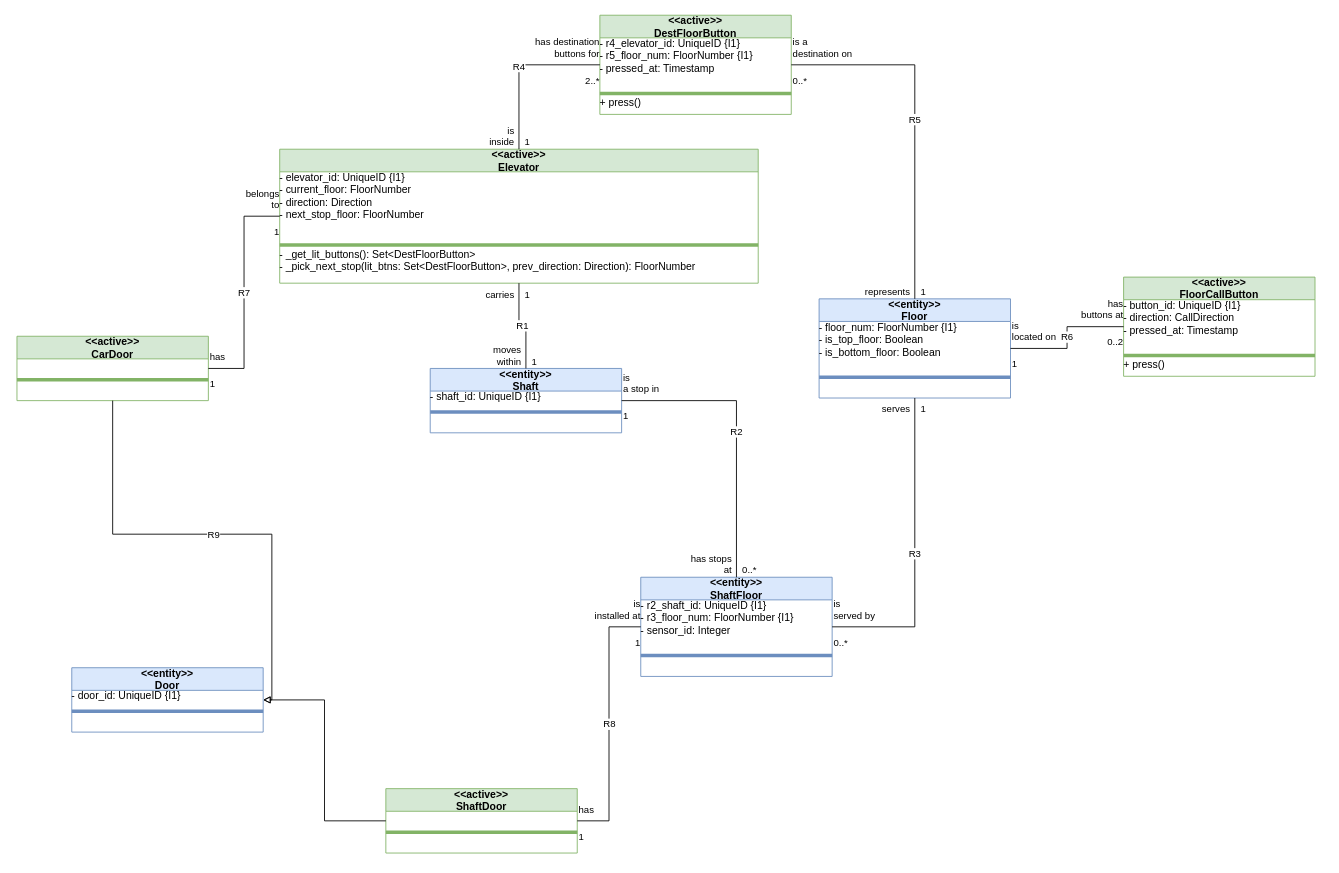
BChaloux-Cyn/MDF-Simulator keeps this draw.io diagram as examples/elevator/.design/model/diagrams/Elevator-class-diagram.drawio. Above is the earlier version. Source tidied: cells renumbered, new cells numbered last; positions are measured from the earlier drawing's top-left corner, leaving out a move shared by most shapes. Both pictures are drawn from the tidied source at 87%, with x=0, y=0 at pixel (17, 15).
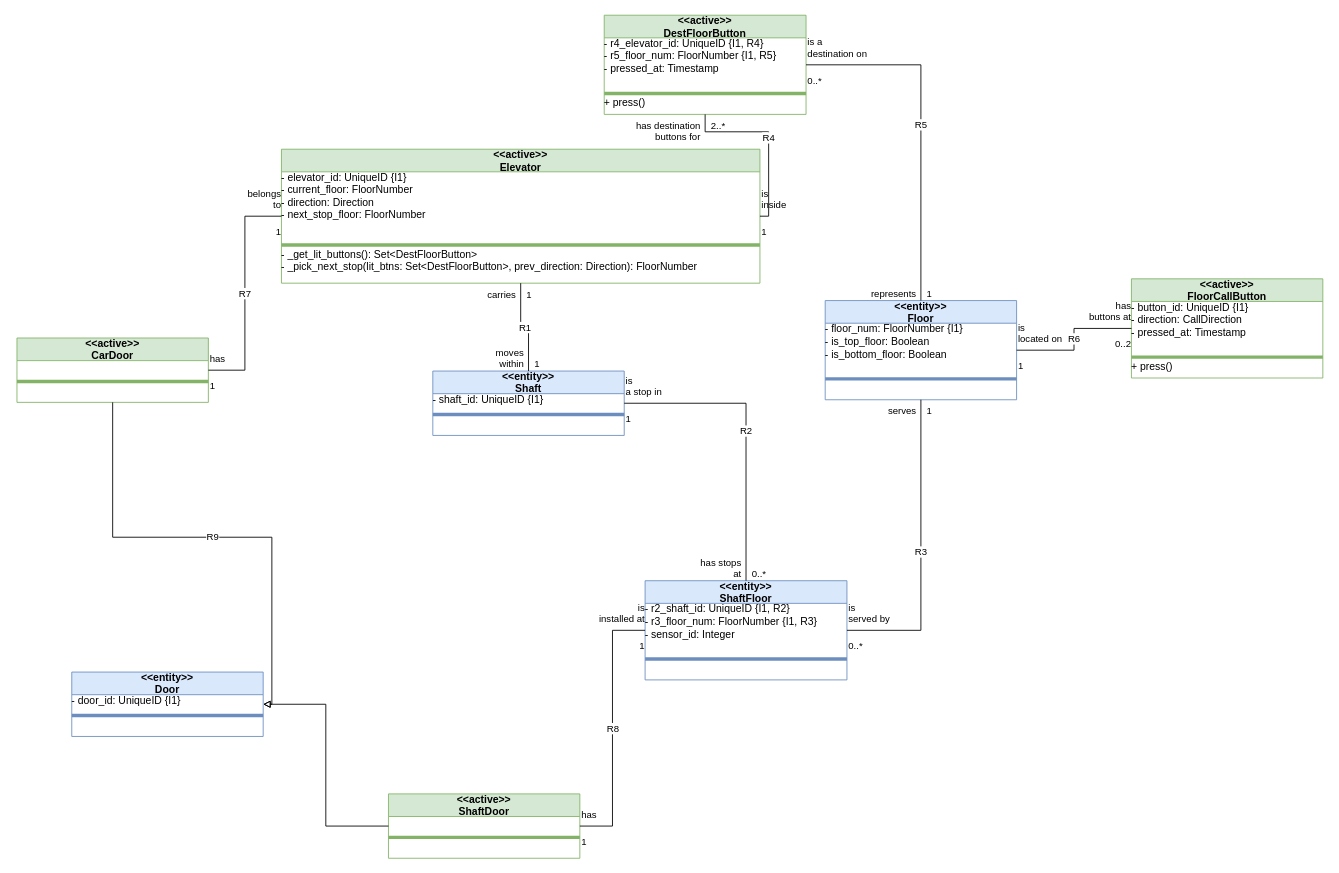
The same diagram, later.

Commit message (it also covers changes not shown here):
fix(drawio): render referential annotations on class diagram attributes (DRAWIO-004)

The edit, as a diff of the source:
```diff
@@
     <mxCell id="2" value="&lt;&lt;active&gt;&gt;&#10;Elevator" style="swimlane;fontStyle=1;horizontal=1;startSize=26;fillColor=#d5e8d4;strokeColor=#82b366;rounded=0;stackFill=1;" parent="1" vertex="1">
-      <mxGeometry x="302" y="154" width="550" height="154" as="geometry" />
+      <mxGeometry x="304" y="154" width="550" height="154" as="geometry" />
     </mxCell>
@@
     <mxCell id="6" value="&lt;&lt;entity&gt;&gt;&#10;Shaft" style="swimlane;fontStyle=1;horizontal=1;startSize=26;fillColor=#dae8fc;strokeColor=#6c8ebf;rounded=0;stackFill=1;" parent="1" vertex="1">
-      <mxGeometry x="475" y="406" width="220" height="74" as="geometry" />
+      <mxGeometry x="478" y="409" width="220" height="74" as="geometry" />
     </mxCell>
@@
     <mxCell id="10" value="&lt;&lt;entity&gt;&gt;&#10;Floor" style="swimlane;fontStyle=1;horizontal=1;startSize=26;fillColor=#dae8fc;strokeColor=#6c8ebf;rounded=0;stackFill=1;" parent="1" vertex="1">
-      <mxGeometry x="922" y="326" width="220" height="114" as="geometry" />
+      <mxGeometry x="929" y="328" width="220" height="114" as="geometry" />
     </mxCell>
@@
     <mxCell id="14" value="&lt;&lt;entity&gt;&gt;&#10;ShaftFloor" style="swimlane;fontStyle=1;horizontal=1;startSize=26;fillColor=#dae8fc;strokeColor=#6c8ebf;rounded=0;stackFill=1;" parent="1" vertex="1">
-      <mxGeometry x="717" y="646" width="220" height="114" as="geometry" />
+      <mxGeometry x="722" y="650" width="232" height="114" as="geometry" />
     </mxCell>
-    <mxCell id="15" value="- r2_shaft_id: UniqueID {I1}&lt;br&gt;- r3_floor_num: FloorNumber {I1}&lt;br&gt;- sensor_id: Integer" style="text;strokeColor=none;fillColor=none;align=left;verticalAlign=top;spacingLeft=4;spacingRight=4;html=1;overflow=fill;whiteSpace=wrap;" parent="14" vertex="1">
-      <mxGeometry y="26" width="220" height="60" as="geometry" />
+    <mxCell id="15" value="- r2_shaft_id: UniqueID {I1, R2}&lt;br&gt;- r3_floor_num: FloorNumber {I1, R3}&lt;br&gt;- sensor_id: Integer" style="text;strokeColor=none;fillColor=none;align=left;verticalAlign=top;spacingLeft=4;spacingRight=4;html=1;overflow=fill;whiteSpace=wrap;" parent="14" vertex="1">
+      <mxGeometry y="26" width="232" height="60" as="geometry" />
     </mxCell>
     <mxCell id="16" style="line;strokeColor=inherit;fillColor=none;align=left;verticalAlign=middle;spacingTop=-1;spacingBottom=-1;spacingLeft=3;spacingRight=3;" parent="14" vertex="1">
-      <mxGeometry y="86" width="220" height="8" as="geometry" />
+      <mxGeometry y="86" width="232" height="8" as="geometry" />
     </mxCell>
     <mxCell id="17" style="text;strokeColor=none;fillColor=none;align=left;verticalAlign=top;spacingLeft=4;spacingRight=4;html=1;overflow=fill;whiteSpace=wrap;" parent="14" vertex="1">
-      <mxGeometry y="94" width="220" height="20" as="geometry" />
+      <mxGeometry y="94" width="232" height="20" as="geometry" />
     </mxCell>
     <mxCell id="18" value="&lt;&lt;active&gt;&gt;&#10;DestFloorButton" style="swimlane;fontStyle=1;horizontal=1;startSize=26;fillColor=#d5e8d4;strokeColor=#82b366;rounded=0;stackFill=1;" parent="1" vertex="1">
-      <mxGeometry x="670" width="220" height="114" as="geometry" />
+      <mxGeometry x="675" width="232" height="114" as="geometry" />
     </mxCell>
-    <mxCell id="19" value="- r4_elevator_id: UniqueID {I1}&lt;br&gt;- r5_floor_num: FloorNumber {I1}&lt;br&gt;- pressed_at: Timestamp" style="text;strokeColor=none;fillColor=none;align=left;verticalAlign=top;spacingLeft=4;spacingRight=4;html=1;overflow=fill;whiteSpace=wrap;" parent="18" vertex="1">
-      <mxGeometry y="26" width="220" height="60" as="geometry" />
+    <mxCell id="19" value="- r4_elevator_id: UniqueID {I1, R4}&lt;br&gt;- r5_floor_num: FloorNumber {I1, R5}&lt;br&gt;- pressed_at: Timestamp" style="text;strokeColor=none;fillColor=none;align=left;verticalAlign=top;spacingLeft=4;spacingRight=4;html=1;overflow=fill;whiteSpace=wrap;" parent="18" vertex="1">
+      <mxGeometry y="26" width="232" height="60" as="geometry" />
     </mxCell>
     <mxCell id="20" style="line;strokeColor=inherit;fillColor=none;align=left;verticalAlign=middle;spacingTop=-1;spacingBottom=-1;spacingLeft=3;spacingRight=3;" parent="18" vertex="1">
-      <mxGeometry y="86" width="220" height="8" as="geometry" />
+      <mxGeometry y="86" width="232" height="8" as="geometry" />
     </mxCell>
     <mxCell id="21" value="+ press()" style="text;strokeColor=none;fillColor=none;align=left;verticalAlign=top;spacingLeft=4;spacingRight=4;html=1;overflow=fill;whiteSpace=wrap;" parent="18" vertex="1">
-      <mxGeometry y="94" width="220" height="20" as="geometry" />
+      <mxGeometry y="94" width="232" height="20" as="geometry" />
     </mxCell>
     <mxCell id="22" value="&lt;&lt;active&gt;&gt;&#10;FloorCallButton" style="swimlane;fontStyle=1;horizontal=1;startSize=26;fillColor=#d5e8d4;strokeColor=#82b366;rounded=0;stackFill=1;" parent="1" vertex="1">
-      <mxGeometry x="1272" y="301" width="220" height="114" as="geometry" />
+      <mxGeometry x="1281" y="303" width="220" height="114" as="geometry" />
     </mxCell>
@@
     <mxCell id="26" value="&lt;&lt;entity&gt;&gt;&#10;Door" style="swimlane;fontStyle=1;horizontal=1;startSize=26;fillColor=#dae8fc;strokeColor=#6c8ebf;rounded=0;stackFill=1;" parent="1" vertex="1">
-      <mxGeometry x="63" y="750" width="220" height="74" as="geometry" />
+      <mxGeometry x="63" y="755" width="220" height="74" as="geometry" />
     </mxCell>
@@
     <mxCell id="30" value="&lt;&lt;active&gt;&gt;&#10;CarDoor" style="swimlane;fontStyle=1;horizontal=1;startSize=26;fillColor=#d5e8d4;strokeColor=#82b366;rounded=0;stackFill=1;" parent="1" vertex="1">
-      <mxGeometry y="369" width="220" height="74" as="geometry" />
+      <mxGeometry y="371" width="220" height="74" as="geometry" />
     </mxCell>
@@
     <mxCell id="34" value="&lt;&lt;active&gt;&gt;&#10;ShaftDoor" style="swimlane;fontStyle=1;horizontal=1;startSize=26;fillColor=#d5e8d4;strokeColor=#82b366;rounded=0;stackFill=1;" parent="1" vertex="1">
-      <mxGeometry x="424" y="889" width="220" height="74" as="geometry" />
+      <mxGeometry x="427" y="895" width="220" height="74" as="geometry" />
     </mxCell>
@@
-    <mxCell id="53" value="R4" style="edgeStyle=orthogonalEdgeStyle;rounded=0;html=1;endArrow=none;startArrow=none;exitX=0.5;exitY=0.0;exitDx=0;exitDy=0;entryX=0.0;entryY=0.5;entryDx=0;entryDy=0;" parent="1" edge="1" source="2" target="18">
+    <mxCell id="53" value="R4" style="edgeStyle=orthogonalEdgeStyle;rounded=0;html=1;endArrow=none;startArrow=none;exitX=1.0;exitY=0.5;exitDx=0;exitDy=0;entryX=0.5;entryY=1.0;entryDx=0;entryDy=0;" parent="1" edge="1" source="2" target="18">
       <mxGeometry relative="1" as="geometry" />
     </mxCell>
-    <mxCell id="54" value="1" style="edgeLabel;html=1;fillColor=none;strokeColor=none;labelBackgroundColor=none;align=left;verticalAlign=bottom;" parent="53" vertex="1">
+    <mxCell id="54" value="1" style="edgeLabel;html=1;fillColor=none;strokeColor=none;labelBackgroundColor=none;align=left;verticalAlign=top;" parent="53" vertex="1">
       <mxGeometry x="-1" y="-5" relative="1" as="geometry" />
     </mxCell>
-    <mxCell id="55" value="is&#10;inside" style="edgeLabel;html=1;fillColor=none;strokeColor=none;labelBackgroundColor=none;align=right;verticalAlign=bottom;" parent="53" vertex="1">
+    <mxCell id="55" value="is&#10;inside" style="edgeLabel;html=1;fillColor=none;strokeColor=none;labelBackgroundColor=none;align=left;verticalAlign=bottom;" parent="53" vertex="1">
       <mxGeometry x="-1" y="5" relative="1" as="geometry" />
     </mxCell>
-    <mxCell id="56" value="2..*" style="edgeLabel;html=1;fillColor=none;strokeColor=none;labelBackgroundColor=none;align=right;verticalAlign=top;" parent="53" vertex="1">
+    <mxCell id="56" value="2..*" style="edgeLabel;html=1;fillColor=none;strokeColor=none;labelBackgroundColor=none;align=left;verticalAlign=top;" parent="53" vertex="1">
       <mxGeometry x="1" y="-5" relative="1" as="geometry" />
     </mxCell>
-    <mxCell id="57" value="has destination&#10;buttons for" style="edgeLabel;html=1;fillColor=none;strokeColor=none;labelBackgroundColor=none;align=right;verticalAlign=bottom;" parent="53" vertex="1">
+    <mxCell id="57" value="has destination&#10;buttons for" style="edgeLabel;html=1;fillColor=none;strokeColor=none;labelBackgroundColor=none;align=right;verticalAlign=top;" parent="53" vertex="1">
       <mxGeometry x="1" y="5" relative="1" as="geometry" />
     </mxCell>
```
